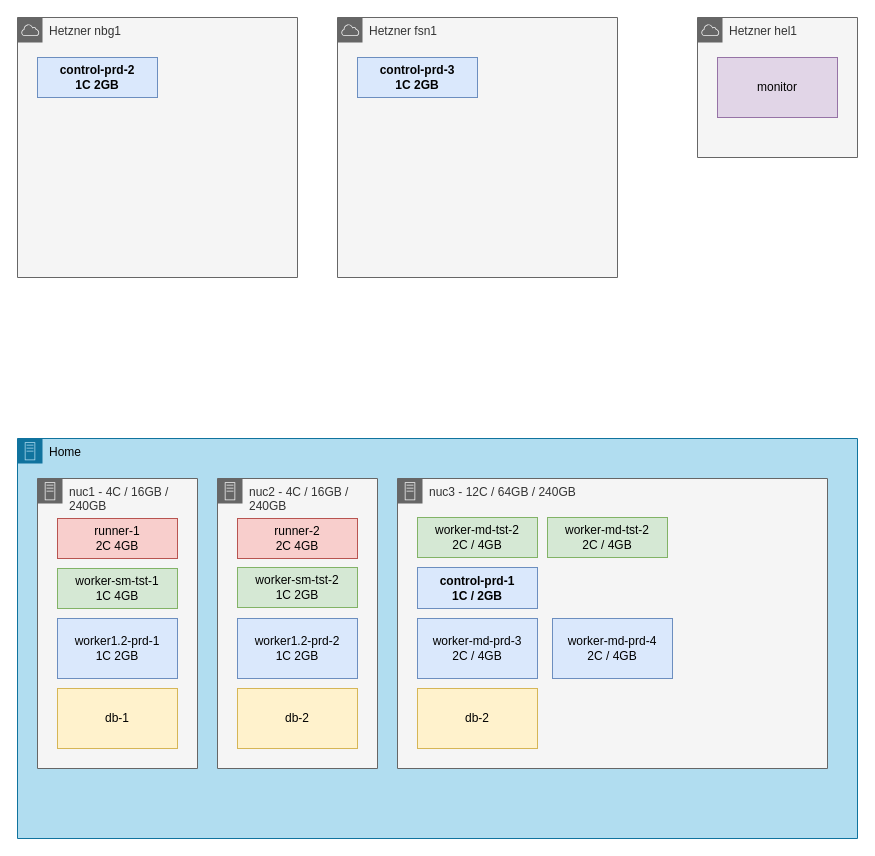
The draw.io diagram diagrams/Machines.drawio in joris-me/infra, before the edit. Source tidied: cells renumbered, new cells numbered last; positions are measured from the earlier drawing's top-left corner, leaving out a move shared by most shapes. Both pictures are drawn from the tidied source at 100%, with x=0, y=0 at pixel (17, 17).
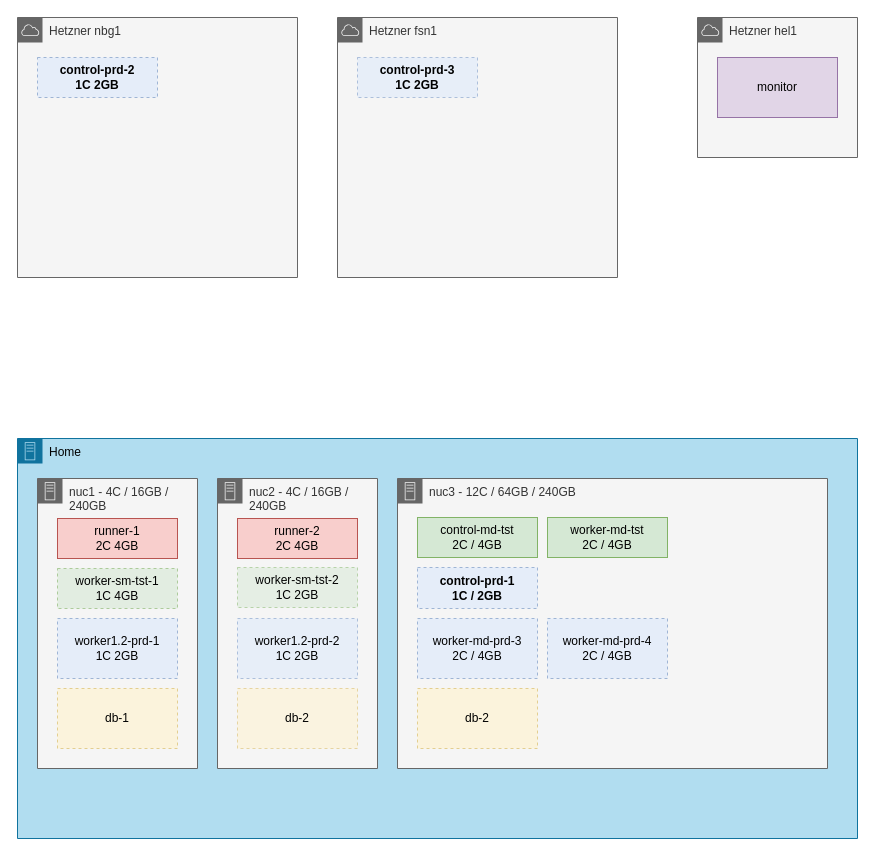
After the change.

Commit message:
Update machine diagram

The change refers to these unchanged cells:
```xml
<mxCell id="2" value="Home" style="sketch=0;html=1;whiteSpace=wrap;fontSize=12;fontStyle=0;shape=mxgraph.aws4.group;grIcon=mxgraph.aws4.group_on_premise;verticalAlign=top;align=left;spacingLeft=30;dashed=0;fillStyle=auto;fillColor=#b1ddf0;strokeColor=#10739e;" parent="1" vertex="1">
  <mxGeometry y="421" width="840" height="400" as="geometry" />
</mxCell>
<mxCell id="3" value="nuc2 - 4C / 16GB / 240GB" style="html=1;whiteSpace=wrap;fontSize=12;fontStyle=0;shape=mxgraph.aws4.group;grIcon=mxgraph.aws4.group_on_premise;verticalAlign=top;align=left;spacingLeft=30;dashed=0;fillColor=#f5f5f5;fontColor=#333333;strokeColor=#666666;" parent="2" vertex="1">
  <mxGeometry x="200" y="40" width="160" height="290" as="geometry" />
</mxCell>
<mxCell id="13" value="nuc3 - 12C / 64GB / 240GB" style="html=1;whiteSpace=wrap;fontSize=12;fontStyle=0;shape=mxgraph.aws4.group;grIcon=mxgraph.aws4.group_on_premise;verticalAlign=top;align=left;spacingLeft=30;dashed=0;fillColor=#f5f5f5;fontColor=#333333;strokeColor=#666666;" parent="2" vertex="1">
  <mxGeometry x="380" y="40" width="430" height="290" as="geometry" />
</mxCell>
<mxCell id="20" value="Hetzner nbg1" style="html=1;whiteSpace=wrap;fontSize=12;fontStyle=0;shape=mxgraph.aws4.group;grIcon=mxgraph.aws4.group_aws_cloud;verticalAlign=top;align=left;spacingLeft=30;dashed=0;fillColor=#f5f5f5;strokeColor=#666666;fontColor=#333333;" parent="1" vertex="1">
  <mxGeometry width="280" height="260" as="geometry" />
</mxCell>
<mxCell id="24" value="Hetzner fsn1" style="html=1;whiteSpace=wrap;fontSize=12;fontStyle=0;shape=mxgraph.aws4.group;grIcon=mxgraph.aws4.group_aws_cloud;verticalAlign=top;align=left;spacingLeft=30;dashed=0;fillColor=#f5f5f5;strokeColor=#666666;fontColor=#333333;" parent="1" vertex="1">
  <mxGeometry x="320" width="280" height="260" as="geometry" />
</mxCell>
```

Diff of the diagram source:
```diff
@@
-    <mxCell id="4" value="db-2" style="rounded=0;whiteSpace=wrap;html=1;fillColor=#fff2cc;strokeColor=#d6b656;" parent="3" vertex="1">
+    <mxCell id="4" value="db-2" style="rounded=0;whiteSpace=wrap;html=1;fillColor=#fff2cc;strokeColor=#d6b656;dashed=1;opacity=50;" parent="3" vertex="1">
       <mxGeometry x="20" y="210" width="120" height="60" as="geometry" />
     </mxCell>
@@
-    <mxCell id="6" value="&lt;div&gt;worker-sm-tst-2&lt;/div&gt;1C 2GB" style="rounded=0;whiteSpace=wrap;html=1;fillColor=#d5e8d4;strokeColor=#82b366;" parent="3" vertex="1">
+    <mxCell id="6" value="&lt;div&gt;worker-sm-tst-2&lt;/div&gt;1C 2GB" style="rounded=0;whiteSpace=wrap;html=1;fillColor=#d5e8d4;strokeColor=#82b366;dashed=1;opacity=50;" parent="3" vertex="1">
       <mxGeometry x="20" y="89" width="120" height="40" as="geometry" />
     </mxCell>
-    <mxCell id="7" value="&lt;div&gt;worker1.2-prd-2&lt;/div&gt;&lt;div&gt;1C 2GB&lt;br&gt;&lt;/div&gt;" style="rounded=0;whiteSpace=wrap;html=1;fillColor=#dae8fc;strokeColor=#6c8ebf;" parent="3" vertex="1">
+    <mxCell id="7" value="&lt;div&gt;worker1.2-prd-2&lt;/div&gt;&lt;div&gt;1C 2GB&lt;br&gt;&lt;/div&gt;" style="rounded=0;whiteSpace=wrap;html=1;fillColor=#dae8fc;strokeColor=#6c8ebf;dashed=1;opacity=50;" parent="3" vertex="1">
       <mxGeometry x="20" y="140" width="120" height="60" as="geometry" />
     </mxCell>
@@
-    <mxCell id="10" value="&lt;div&gt;worker-sm-tst-1&lt;/div&gt;1C 4GB" style="rounded=0;whiteSpace=wrap;html=1;fillColor=#d5e8d4;strokeColor=#82b366;" parent="2" vertex="1">
+    <mxCell id="10" value="&lt;div&gt;worker-sm-tst-1&lt;/div&gt;1C 4GB" style="rounded=0;whiteSpace=wrap;html=1;fillColor=#d5e8d4;strokeColor=#82b366;dashed=1;opacity=60;" parent="2" vertex="1">
       <mxGeometry x="40" y="130" width="120" height="40" as="geometry" />
     </mxCell>
-    <mxCell id="11" value="&lt;div&gt;worker1.2-prd-1&lt;/div&gt;&lt;div&gt;1C 2GB&lt;br&gt;&lt;/div&gt;" style="rounded=0;whiteSpace=wrap;html=1;fillColor=#dae8fc;strokeColor=#6c8ebf;" parent="2" vertex="1">
+    <mxCell id="11" value="&lt;div&gt;worker1.2-prd-1&lt;/div&gt;&lt;div&gt;1C 2GB&lt;br&gt;&lt;/div&gt;" style="rounded=0;whiteSpace=wrap;html=1;fillColor=#dae8fc;strokeColor=#6c8ebf;dashed=1;opacity=60;" parent="2" vertex="1">
       <mxGeometry x="40" y="180" width="120" height="60" as="geometry" />
     </mxCell>
-    <mxCell id="12" value="db-1" style="rounded=0;whiteSpace=wrap;html=1;fillColor=#fff2cc;strokeColor=#d6b656;" parent="2" vertex="1">
+    <mxCell id="12" value="db-1" style="rounded=0;whiteSpace=wrap;html=1;fillColor=#fff2cc;strokeColor=#d6b656;dashed=1;opacity=60;" parent="2" vertex="1">
       <mxGeometry x="40" y="250" width="120" height="60" as="geometry" />
     </mxCell>
@@
-    <mxCell id="14" value="db-2" style="rounded=0;whiteSpace=wrap;html=1;fillColor=#fff2cc;strokeColor=#d6b656;" parent="13" vertex="1">
+    <mxCell id="14" value="db-2" style="rounded=0;whiteSpace=wrap;html=1;fillColor=#fff2cc;strokeColor=#d6b656;dashed=1;opacity=60;" parent="13" vertex="1">
       <mxGeometry x="20" y="210" width="120" height="60" as="geometry" />
     </mxCell>
-    <mxCell id="15" value="&lt;div&gt;worker-md-prd-3&lt;/div&gt;&lt;div&gt;2C / 4GB&lt;br&gt;&lt;/div&gt;" style="rounded=0;whiteSpace=wrap;html=1;fillColor=#dae8fc;strokeColor=#6c8ebf;" parent="13" vertex="1">
+    <mxCell id="15" value="&lt;div&gt;worker-md-prd-3&lt;/div&gt;&lt;div&gt;2C / 4GB&lt;br&gt;&lt;/div&gt;" style="rounded=0;whiteSpace=wrap;html=1;fillColor=#dae8fc;strokeColor=#6c8ebf;dashed=1;opacity=60;" parent="13" vertex="1">
       <mxGeometry x="20" y="140" width="120" height="60" as="geometry" />
     </mxCell>
-    <mxCell id="16" value="&lt;div&gt;worker-md-prd-4&lt;/div&gt;&lt;div&gt;2C / 4GB&lt;br&gt;&lt;/div&gt;" style="rounded=0;whiteSpace=wrap;html=1;fillColor=#dae8fc;strokeColor=#6c8ebf;" parent="13" vertex="1">
-      <mxGeometry x="155" y="140" width="120" height="60" as="geometry" />
-    </mxCell>
-    <mxCell id="17" value="control-prd-1&lt;br&gt;1C / 2GB" style="rounded=0;whiteSpace=wrap;html=1;fillColor=#dae8fc;strokeColor=#6c8ebf;fontStyle=1;" parent="13" vertex="1">
+    <mxCell id="17" value="control-prd-1&lt;br&gt;1C / 2GB" style="rounded=0;whiteSpace=wrap;html=1;fillColor=#dae8fc;strokeColor=#6c8ebf;fontStyle=1;dashed=1;opacity=60;" parent="13" vertex="1">
       <mxGeometry x="20" y="89" width="120" height="41" as="geometry" />
     </mxCell>
-    <mxCell id="18" value="&lt;div&gt;worker-md-tst-2&lt;/div&gt;2C / 4GB" style="rounded=0;whiteSpace=wrap;html=1;fillColor=#d5e8d4;strokeColor=#82b366;" parent="2" vertex="1">
-      <mxGeometry x="400" y="79" width="120" height="40" as="geometry" />
+    <mxCell id="18" value="&lt;div&gt;worker-md-tst&lt;/div&gt;2C / 4GB" style="rounded=0;whiteSpace=wrap;html=1;fillColor=#d5e8d4;strokeColor=#82b366;" parent="2" vertex="1">
+      <mxGeometry x="530" y="79" width="120" height="40" as="geometry" />
     </mxCell>
-    <mxCell id="19" value="&lt;div&gt;worker-md-tst-2&lt;/div&gt;2C / 4GB" style="rounded=0;whiteSpace=wrap;html=1;fillColor=#d5e8d4;strokeColor=#82b366;" parent="2" vertex="1">
-      <mxGeometry x="530" y="79" width="120" height="40" as="geometry" />
+    <mxCell id="19" value="&lt;div&gt;control-md-tst&lt;/div&gt;2C / 4GB" style="rounded=0;whiteSpace=wrap;html=1;fillColor=#d5e8d4;strokeColor=#82b366;" parent="2" vertex="1">
+      <mxGeometry x="400" y="79" width="120" height="40" as="geometry" />
     </mxCell>
+    <mxCell id="16" value="&lt;div&gt;worker-md-prd-4&lt;/div&gt;&lt;div&gt;2C / 4GB&lt;br&gt;&lt;/div&gt;" style="rounded=0;whiteSpace=wrap;html=1;fillColor=#dae8fc;strokeColor=#6c8ebf;dashed=1;opacity=60;" parent="2" vertex="1">
+      <mxGeometry x="530" y="180" width="120" height="60" as="geometry" />
+    </mxCell>
@@
-    <mxCell id="21" value="control-prd-2&lt;br&gt;1C 2GB" style="rounded=0;whiteSpace=wrap;html=1;fillColor=#dae8fc;strokeColor=#6c8ebf;fontStyle=1;" parent="20" vertex="1">
+    <mxCell id="21" value="control-prd-2&lt;br&gt;1C 2GB" style="rounded=0;whiteSpace=wrap;html=1;fillColor=#dae8fc;strokeColor=#6c8ebf;fontStyle=1;dashed=1;opacity=60;" parent="20" vertex="1">
       <mxGeometry x="20" y="40" width="120" height="40" as="geometry" />
     </mxCell>
@@
-    <mxCell id="25" value="control-prd-3&lt;br&gt;1C 2GB" style="rounded=0;whiteSpace=wrap;html=1;fillColor=#dae8fc;strokeColor=#6c8ebf;fontStyle=1;" parent="24" vertex="1">
+    <mxCell id="25" value="control-prd-3&lt;br&gt;1C 2GB" style="rounded=0;whiteSpace=wrap;html=1;fillColor=#dae8fc;strokeColor=#6c8ebf;fontStyle=1;dashed=1;opacity=50;" parent="24" vertex="1">
       <mxGeometry x="20" y="40" width="120" height="40" as="geometry" />
     </mxCell>
```
